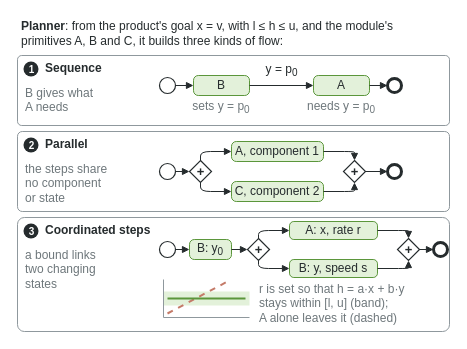
The draw.io diagram page "planning-generic" (9 of 9) of docs/figures/cirp-figures.drawio in AAUSmartProductionLab/iec61499-mgmt-py, before the edit. Source tidied: cells renumbered, new cells numbered last; positions are measured from the earlier drawing's top-left corner, leaving out a move shared by most shapes. Both pictures are drawn from the tidied source at 100%, with x=0, y=0 at pixel (17, 17).
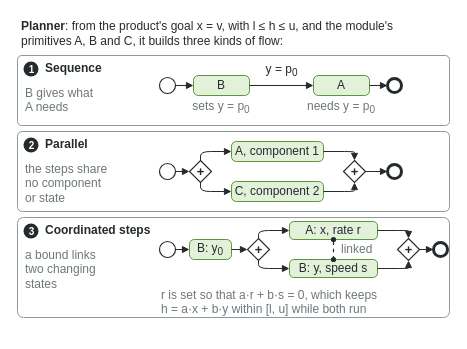
The same diagram, later.

What changed in the source:
```diff
@@
     <mxCell id="32" style="rounded=1;arcSize=6;whiteSpace=wrap;html=1;fillColor=#FFFFFF;strokeColor=#8F989D;strokeWidth=1;fontFamily=Arial;fontSize=16;fontColor=#252B2D;align=center;spacingLeft=8;spacingRight=8;" parent="1" vertex="1">
-      <mxGeometry y="200" width="432" height="114" as="geometry" />
+      <mxGeometry y="200" width="432" height="100" as="geometry" />
     </mxCell>
@@
     <mxCell id="35" value="a bound links&lt;br&gt;two changing&lt;br&gt;states" style="text;html=1;whiteSpace=wrap;fontFamily=Arial;fontSize=12;fontColor=#6E777B;align=left;verticalAlign=top;strokeColor=none;fillColor=none;" parent="1" vertex="1">
-      <mxGeometry x="6" y="224" width="128" height="86" as="geometry" />
+      <mxGeometry x="6" y="224" width="128" height="72" as="geometry" />
     </mxCell>
@@
-    <mxCell id="50" style="rounded=0;html=1;fillColor=#E3F1DA;strokeColor=none;" parent="1" vertex="1">
-      <mxGeometry x="146" y="274" width="86" height="14" as="geometry" />
+    <mxCell id="50" style="html=1;rounded=0;strokeColor=#252B2D;strokeWidth=1.2;dashed=1;startArrow=oval;endArrow=oval;startFill=1;endFill=1;startSize=4;endSize=4;" parent="1" edge="1">
+      <mxGeometry relative="1" as="geometry">
+        <mxPoint x="316" y="222" as="sourcePoint" />
+        <mxPoint x="316" y="242" as="targetPoint" />
+      </mxGeometry>
     </mxCell>
-    <mxCell id="51" style="html=1;rounded=0;strokeColor=#8F989D;strokeWidth=1;endArrow=none;" parent="1" edge="1">
-      <mxGeometry relative="1" as="geometry">
-        <mxPoint x="146" y="262" as="sourcePoint" />
-        <mxPoint x="232" y="300" as="targetPoint" />
-        <Array as="points">
-          <mxPoint x="146" y="300" />
-        </Array>
-      </mxGeometry>
+    <mxCell id="51" value="linked" style="text;html=1;whiteSpace=wrap;fontFamily=Arial;fontSize=12;fontColor=#6E777B;align=left;verticalAlign=middle;strokeColor=none;fillColor=none;" parent="1" vertex="1">
+      <mxGeometry x="322" y="224" width="60" height="16" as="geometry" />
     </mxCell>
-    <mxCell id="52" style="html=1;rounded=0;strokeColor=#C47A68;strokeWidth=2;dashed=1;endArrow=none;" parent="1" edge="1">
-      <mxGeometry relative="1" as="geometry">
-        <mxPoint x="150" y="296" as="sourcePoint" />
-        <mxPoint x="210" y="264" as="targetPoint" />
-      </mxGeometry>
+    <mxCell id="52" value="r is set so that a·r + b·s = 0, which keeps&lt;br&gt;h = a·x + b·y within [l, u] while both run" style="text;html=1;whiteSpace=wrap;fontFamily=Arial;fontSize=12;fontColor=#6E777B;align=left;verticalAlign=top;strokeColor=none;fillColor=none;" parent="1" vertex="1">
+      <mxGeometry x="142" y="264" width="284" height="34" as="geometry" />
     </mxCell>
-    <mxCell id="53" style="html=1;rounded=0;strokeColor=#5B963B;strokeWidth=2;endArrow=none;" parent="1" edge="1">
-      <mxGeometry relative="1" as="geometry">
-        <mxPoint x="150" y="281" as="sourcePoint" />
-        <mxPoint x="228" y="281" as="targetPoint" />
-      </mxGeometry>
-    </mxCell>
-    <mxCell id="54" value="r is set so that h = a·x + b·y&lt;br&gt;stays within [l, u] (band);&lt;br&gt;A alone leaves it (dashed)" style="text;html=1;whiteSpace=wrap;fontFamily=Arial;fontSize=12;fontColor=#6E777B;align=left;verticalAlign=top;strokeColor=none;fillColor=none;" parent="1" vertex="1">
-      <mxGeometry x="240" y="258" width="188" height="52" as="geometry" />
-    </mxCell>
```
